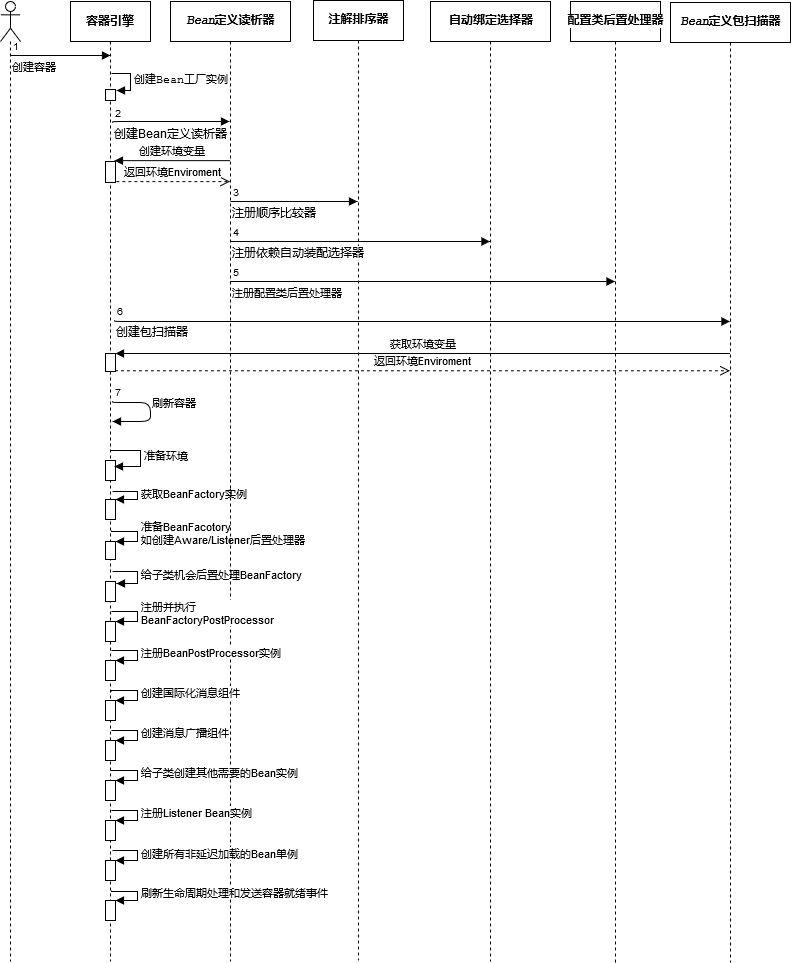
Before: spring-ioc/images/spring-ioc-sequence.png, a diagram exported from draw.io (rutine/spring-doc). Source tidied: cells renumbered, new cells last; positions are measured from the earlier drawing's top-left corner, leaving out a move shared by most shapes.
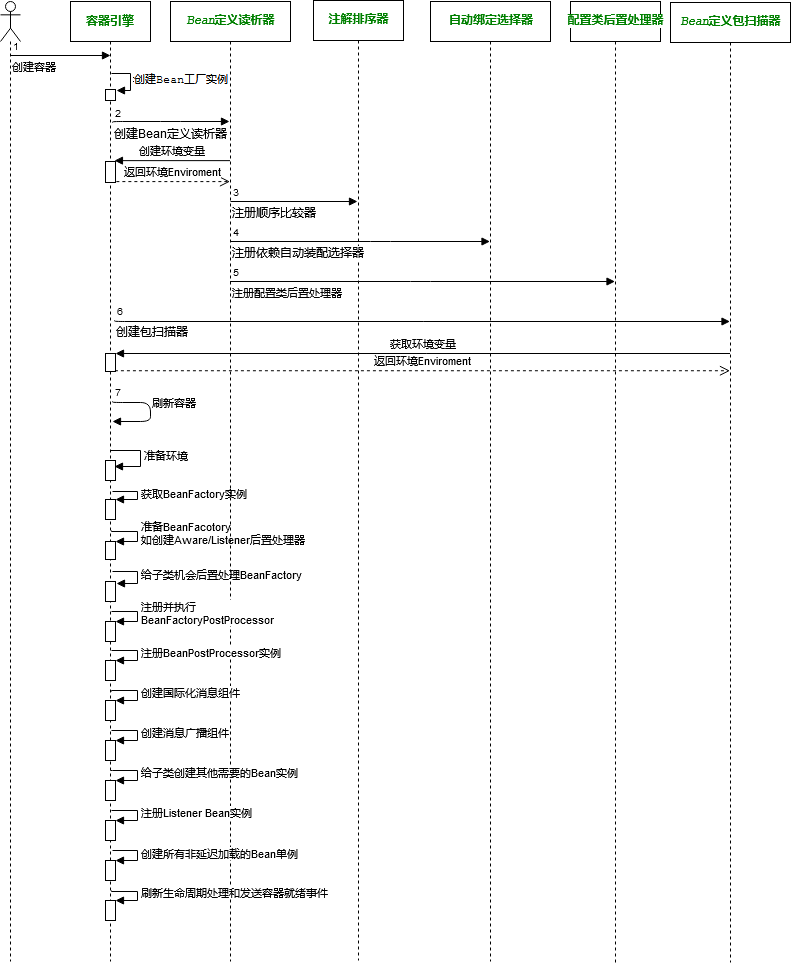
After the commit.

The edit, as a diff of the source:
```diff
@@ -13,7 +13,7 @@
     <mxCell id="4" value="1" style="html=1;align=left;verticalAlign=bottom;labelBackgroundColor=#ffffff;fontSize=10;" parent="3" vertex="1">
       <mxGeometry x="-1" relative="1" as="geometry" />
     </mxCell>
-    <mxCell id="5" value="&lt;b&gt;容器引擎&lt;/b&gt;" style="html=1;points=[];perimeter=orthogonalPerimeter;shape=umlLifeline;participant=label;fontFamily=Helvetica;fontSize=12;fontColor=#000000;align=center;strokeColor=#000000;fillColor=#ffffff;" parent="1" vertex="1">
+    <mxCell id="5" value="&lt;b&gt;容器引擎&lt;/b&gt;" style="html=1;points=[];perimeter=orthogonalPerimeter;shape=umlLifeline;participant=label;fontFamily=Helvetica;fontSize=12;fontColor=#008000;align=center;strokeColor=#000000;fillColor=#ffffff;" parent="1" vertex="1">
       <mxGeometry x="70" y="1" width="80" height="960" as="geometry" />
     </mxCell>
     <mxCell id="6" style="html=1;perimeter=orthogonalPerimeter;" parent="5" vertex="1">
@@ -80,10 +80,10 @@
         </Array>
       </mxGeometry>
     </mxCell>
-    <mxCell id="18" value="&lt;pre style=&quot;background-color: rgb(255 , 255 , 255) ; font-family: &amp;#34;courier new&amp;#34; ; font-size: 9pt&quot;&gt;&lt;b&gt;&lt;span style=&quot;font-style: italic&quot;&gt;Bean&lt;/span&gt;定义读析器&lt;/b&gt;&lt;/pre&gt;" style="shape=umlLifeline;perimeter=lifelinePerimeter;whiteSpace=wrap;html=1;outlineConnect=0;" parent="1" vertex="1">
+    <mxCell id="18" value="&lt;pre style=&quot;background-color: rgb(255 , 255 , 255) ; font-family: &amp;quot;courier new&amp;quot; ; font-size: 9pt&quot;&gt;&lt;span&gt;&lt;span style=&quot;font-style: italic&quot;&gt;Bean&lt;/span&gt;定义读析器&lt;/span&gt;&lt;/pre&gt;" style="shape=umlLifeline;perimeter=lifelinePerimeter;whiteSpace=wrap;html=1;outlineConnect=0;fontColor=#008000;fontStyle=1;" parent="1" vertex="1">
       <mxGeometry x="170" y="1" width="120" height="960" as="geometry" />
     </mxCell>
-    <mxCell id="19" value="&lt;pre style=&quot;background-color: #ffffff ; color: #000000 ; font-family: &amp;#34;courier new&amp;#34; ; font-size: 9.0pt&quot;&gt;配置类后置处理器&lt;/pre&gt;" style="shape=umlLifeline;perimeter=lifelinePerimeter;whiteSpace=wrap;html=1;outlineConnect=0;fontStyle=1;" parent="1" vertex="1">
+    <mxCell id="19" value="&lt;pre style=&quot;background-color: rgb(255, 255, 255); font-family: &amp;quot;courier new&amp;quot;; font-size: 9pt;&quot;&gt;配置类后置处理器&lt;/pre&gt;" style="shape=umlLifeline;perimeter=lifelinePerimeter;whiteSpace=wrap;html=1;outlineConnect=0;fontStyle=1;fontColor=#008000;" parent="1" vertex="1">
       <mxGeometry x="570" y="1" width="90" height="961" as="geometry" />
     </mxCell>
     <mxCell id="20" value="刷新容器" style="endArrow=block;endFill=1;html=1;edgeStyle=orthogonalEdgeStyle;align=left;verticalAlign=top;exitX=0.531;exitY=0.417;exitDx=0;exitDy=0;exitPerimeter=0;entryX=0.525;entryY=0.438;entryDx=0;entryDy=0;entryPerimeter=0;" parent="1" edge="1" source="5" target="5">
@@ -110,10 +110,10 @@
     <mxCell id="23" value="5" style="html=1;align=left;verticalAlign=bottom;labelBackgroundColor=#ffffff;fontSize=10;" parent="22" vertex="1">
       <mxGeometry x="-1" relative="1" as="geometry" />
     </mxCell>
-    <mxCell id="24" value="&lt;pre style=&quot;background-color: #ffffff ; color: #000000 ; font-family: &amp;#34;courier new&amp;#34; ; font-size: 9.0pt&quot;&gt;注解排序器&lt;/pre&gt;" style="shape=umlLifeline;perimeter=lifelinePerimeter;whiteSpace=wrap;html=1;outlineConnect=0;fontStyle=1;" parent="1" vertex="1">
+    <mxCell id="24" value="&lt;pre style=&quot;background-color: rgb(255, 255, 255); font-family: &amp;quot;courier new&amp;quot;; font-size: 9pt;&quot;&gt;注解排序器&lt;/pre&gt;" style="shape=umlLifeline;perimeter=lifelinePerimeter;whiteSpace=wrap;html=1;outlineConnect=0;fontStyle=1;fontColor=#008000;" parent="1" vertex="1">
       <mxGeometry x="313" width="90" height="960" as="geometry" />
     </mxCell>
-    <mxCell id="25" value="&lt;pre&gt;自动绑定选择器&lt;/pre&gt;" style="shape=umlLifeline;perimeter=lifelinePerimeter;whiteSpace=wrap;html=1;outlineConnect=0;fontSize=12;fontStyle=1;" parent="1" vertex="1">
+    <mxCell id="25" value="&lt;pre&gt;自动绑定选择器&lt;/pre&gt;" style="shape=umlLifeline;perimeter=lifelinePerimeter;whiteSpace=wrap;html=1;outlineConnect=0;fontSize=12;fontStyle=1;fontColor=#008000;" parent="1" vertex="1">
       <mxGeometry x="430" y="1" width="120" height="960" as="geometry" />
     </mxCell>
     <mxCell id="26" value="注册顺序比较器" style="endArrow=block;endFill=1;html=1;edgeStyle=orthogonalEdgeStyle;align=left;verticalAlign=top;fontSize=12;entryX=0.494;entryY=0.209;entryDx=0;entryDy=0;entryPerimeter=0;" parent="1" edge="1" target="24">
@@ -135,7 +135,7 @@
     <mxCell id="29" value="4" style="html=1;align=left;verticalAlign=bottom;labelBackgroundColor=#ffffff;fontSize=10;" parent="28" vertex="1">
       <mxGeometry x="-1" relative="1" as="geometry" />
     </mxCell>
-    <mxCell id="30" value="&lt;pre style=&quot;background-color: rgb(255 , 255 , 255) ; font-family: &amp;#34;courier new&amp;#34; ; font-size: 9pt&quot;&gt;&lt;b&gt;&lt;span style=&quot;font-style: italic&quot;&gt;Bean&lt;/span&gt;定义&lt;/b&gt;包&lt;span style=&quot;font-style: italic&quot;&gt;&lt;/span&gt;扫描器&lt;/pre&gt;" style="shape=umlLifeline;perimeter=lifelinePerimeter;whiteSpace=wrap;html=1;outlineConnect=0;fontSize=12;fontStyle=1;" parent="1" vertex="1">
+    <mxCell id="30" value="&lt;pre style=&quot;background-color: rgb(255 , 255 , 255) ; font-family: &amp;quot;courier new&amp;quot; ; font-size: 9pt&quot;&gt;&lt;b&gt;&lt;span style=&quot;font-style: italic&quot;&gt;Bean&lt;/span&gt;定义&lt;/b&gt;包&lt;span style=&quot;font-style: italic&quot;&gt;&lt;/span&gt;扫描器&lt;/pre&gt;" style="shape=umlLifeline;perimeter=lifelinePerimeter;whiteSpace=wrap;html=1;outlineConnect=0;fontSize=12;fontStyle=1;fontColor=#008000;" parent="1" vertex="1">
       <mxGeometry x="670" y="2" width="120" height="960" as="geometry" />
     </mxCell>
     <mxCell id="31" value="创建包扫描器" style="endArrow=block;endFill=1;html=1;edgeStyle=orthogonalEdgeStyle;align=left;verticalAlign=top;fontSize=12;exitX=0.55;exitY=0.332;exitDx=0;exitDy=0;exitPerimeter=0;" parent="1" edge="1" source="5" target="30">
```
